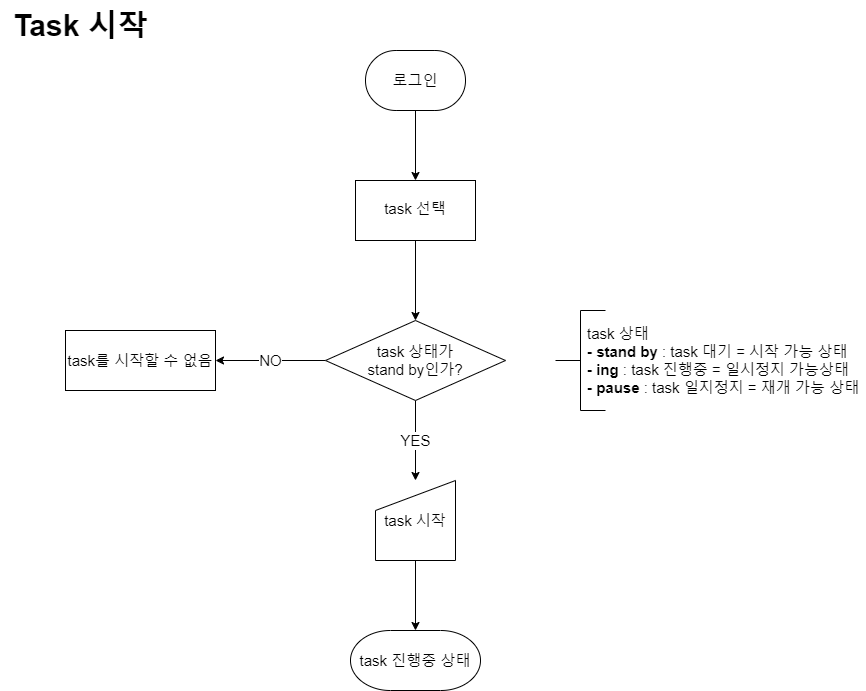
MEOHIN/todo-pe keeps this draw.io diagram as timetodo-flowchart/starting task.png. Above is the earlier version. Source tidied: cells renumbered, new cells last; positions are measured from the earlier drawing's top-left corner, leaving out a move shared by most shapes.
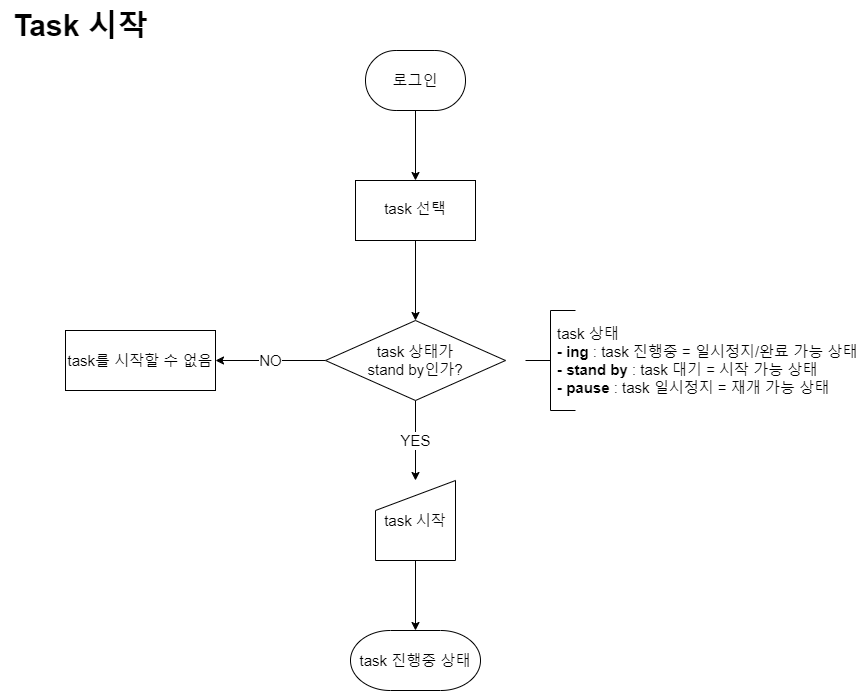
The same diagram one commit later.

Diff of the diagram source:
```diff
@@ -11,9 +11,6 @@
     <mxCell id="4" value="task 선택" style="whiteSpace=wrap;html=1;fontSize=15;shadow=0;strokeWidth=1;spacing=6;spacingTop=-4;" parent="1" vertex="1">
       <mxGeometry x="355" y="180" width="120" height="60" as="geometry" />
     </mxCell>
-    <mxCell id="5" value="task 상태&lt;br style=&quot;font-size: 15px;&quot;&gt;&lt;b style=&quot;font-size: 15px;&quot;&gt;- stand by&lt;/b&gt; : task 대기 = 시작 가능 상태&lt;br style=&quot;font-size: 15px;&quot;&gt;&lt;b style=&quot;font-size: 15px;&quot;&gt;- ing&lt;/b&gt; : task 진행중 = 일시정지 가능상태&lt;br style=&quot;font-size: 15px;&quot;&gt;&lt;b style=&quot;font-size: 15px;&quot;&gt;- pause&lt;/b&gt; : task 일지정지 = 재개 가능 상태" style="text;html=1;strokeColor=none;fillColor=none;align=left;verticalAlign=middle;whiteSpace=wrap;rounded=0;fontSize=15;strokeWidth=1;" parent="1" vertex="1">
-      <mxGeometry x="585" y="310" width="280" height="100" as="geometry" />
-    </mxCell>
     <mxCell id="6" style="edgeStyle=orthogonalEdgeStyle;rounded=0;jettySize=auto;html=1;exitX=0.5;exitY=1;exitDx=0;exitDy=0;fontSize=15;strokeWidth=1;" parent="1" edge="1" source="7">
       <mxGeometry relative="1" as="geometry">
         <mxPoint x="415" y="630" as="targetPoint" />
@@ -23,7 +20,7 @@
       <mxGeometry x="375" y="480" width="80" height="80" as="geometry" />
     </mxCell>
     <mxCell id="8" style="strokeWidth=1;html=1;shape=mxgraph.flowchart.annotation_2;align=left;labelPosition=right;fontSize=15;" parent="1" vertex="1">
-      <mxGeometry x="555" y="310" width="50" height="100" as="geometry" />
+      <mxGeometry x="525" y="310" width="50" height="100" as="geometry" />
     </mxCell>
     <mxCell id="9" value="로그인" style="strokeWidth=1;html=1;shape=mxgraph.flowchart.terminator;whiteSpace=wrap;fontSize=15;" parent="1" vertex="1">
       <mxGeometry x="365" y="50" width="100" height="60" as="geometry" />
@@ -46,5 +43,8 @@
     <mxCell id="15" value="task를 시작할 수 없음" style="whiteSpace=wrap;html=1;fontSize=15;" parent="1" vertex="1">
       <mxGeometry x="65" y="330" width="150" height="60" as="geometry" />
     </mxCell>
+    <mxCell id="16" value="task 상태&lt;br style=&quot;font-size: 15px;&quot;&gt;&lt;b style=&quot;font-size: 15px;&quot;&gt;- ing&lt;/b&gt; : task 진행중 = 일시정지/완료 가능 상태&lt;br style=&quot;font-size: 15px;&quot;&gt;&lt;b style=&quot;border-color: var(--border-color);&quot;&gt;- stand by&lt;/b&gt;&amp;nbsp;: task 대기 = 시작 가능 상태&lt;br style=&quot;border-color: var(--border-color);&quot;&gt;&lt;b style=&quot;font-size: 15px;&quot;&gt;- pause&lt;/b&gt; : task 일시정지 = 재개 가능 상태" style="text;html=1;strokeColor=none;fillColor=none;align=left;verticalAlign=middle;whiteSpace=wrap;rounded=0;fontSize=15;strokeWidth=1;" parent="1" vertex="1">
+      <mxGeometry x="555" y="310" width="310" height="100" as="geometry" />
+    </mxCell>
   </root>
 </mxGraphModel>
```
